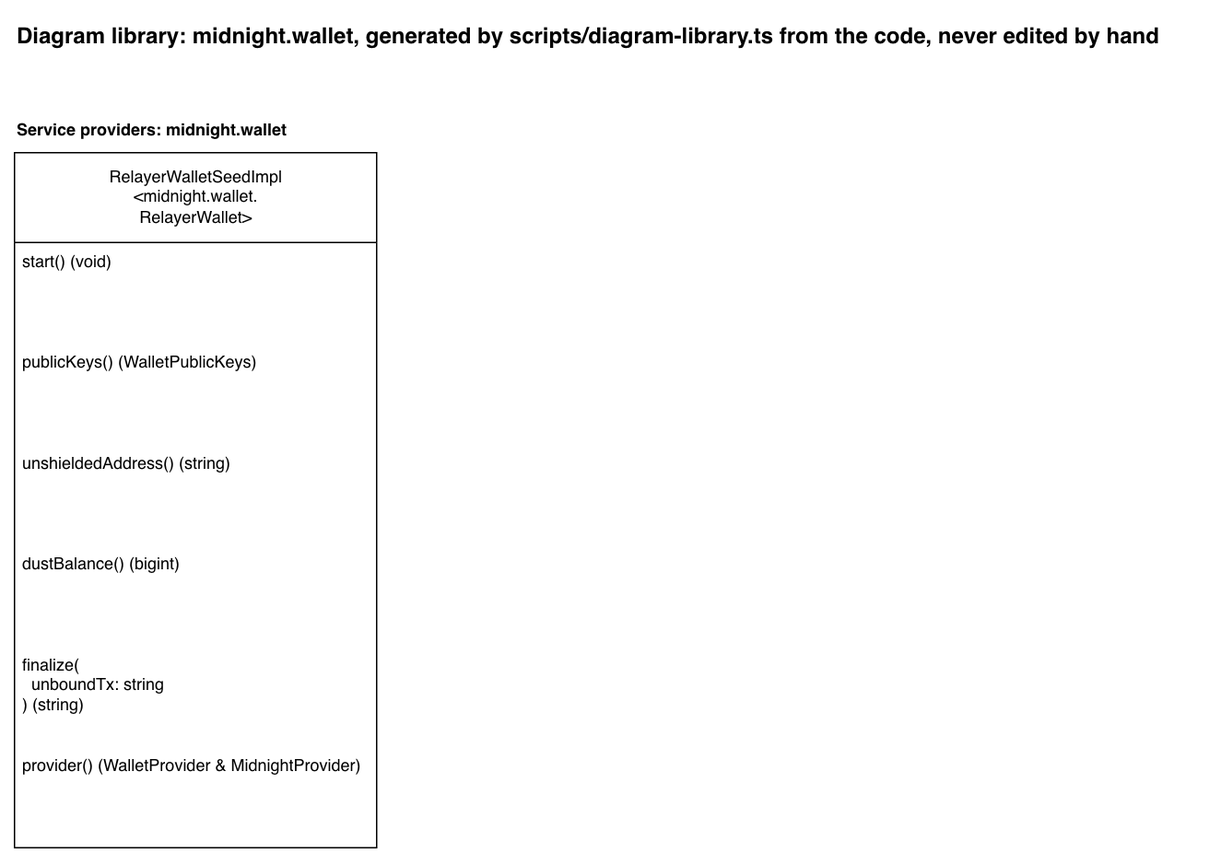
The draw.io diagram docs/diagram-library/midnight/wallet/diagram-library.drawio.png in sig-net/full-stack-demo, before a commit. Source tidied: cells renumbered, new cells last; positions are measured from the earlier drawing's top-left corner, leaving out a move shared by most shapes. Source of this version:
```xml
<mxGraphModel>
  <root>
    <mxCell id="0" />
    <mxCell id="1" parent="0" />
    <mxCell id="2" value="Diagram library: midnight.wallet, generated by scripts/diagram-library.ts from the code, never edited by hand" style="text;html=1;fontStyle=1;fontSize=16;" parent="1" vertex="1">
      <mxGeometry width="862" height="30" as="geometry" />
    </mxCell>
    <mxCell id="3" value="Service providers: midnight.wallet" style="text;html=1;fontStyle=1;" parent="1" vertex="1">
      <mxGeometry y="70" width="217" height="20" as="geometry" />
    </mxCell>
    <mxCell id="4" value="RelayerWalletSeedImpl&lt;br&gt;&amp;lt;midnight.wallet.&lt;br&gt;RelayerWallet&amp;gt;" style="swimlane;fontStyle=0;horizontal=1;startSize=65;fillColor=default;html=1;fillStyle=solid;" parent="1" vertex="1">
      <mxGeometry y="100" width="262" height="503" as="geometry" />
    </mxCell>
    <mxCell id="5" value="start() (void)" style="text;strokeColor=none;fillColor=none;align=left;verticalAlign=top;spacingLeft=4;spacingRight=4;overflow=hidden;whiteSpace=wrap;html=1;" parent="4" vertex="1">
      <mxGeometry y="65" width="262" height="73" as="geometry" />
    </mxCell>
    <mxCell id="6" value="publicKeys() (WalletPublicKeys)" style="text;strokeColor=none;fillColor=none;align=left;verticalAlign=top;spacingLeft=4;spacingRight=4;overflow=hidden;whiteSpace=wrap;html=1;" parent="4" vertex="1">
      <mxGeometry y="138" width="262" height="73" as="geometry" />
    </mxCell>
    <mxCell id="7" value="unshieldedAddress() (string)" style="text;strokeColor=none;fillColor=none;align=left;verticalAlign=top;spacingLeft=4;spacingRight=4;overflow=hidden;whiteSpace=wrap;html=1;" parent="4" vertex="1">
      <mxGeometry y="211" width="262" height="73" as="geometry" />
    </mxCell>
    <mxCell id="8" value="dustBalance() (bigint)" style="text;strokeColor=none;fillColor=none;align=left;verticalAlign=top;spacingLeft=4;spacingRight=4;overflow=hidden;whiteSpace=wrap;html=1;" parent="4" vertex="1">
      <mxGeometry y="284" width="262" height="73" as="geometry" />
    </mxCell>
    <mxCell id="9" value="finalize(&lt;br&gt;&amp;nbsp; unboundTx: string&lt;br&gt;) (string)" style="text;strokeColor=none;fillColor=none;align=left;verticalAlign=top;spacingLeft=4;spacingRight=4;overflow=hidden;whiteSpace=wrap;html=1;" parent="4" vertex="1">
      <mxGeometry y="357" width="262" height="73" as="geometry" />
    </mxCell>
    <mxCell id="10" value="provider() (WalletProvider &amp;amp; MidnightProvider)" style="text;strokeColor=none;fillColor=none;align=left;verticalAlign=top;spacingLeft=4;spacingRight=4;overflow=hidden;whiteSpace=wrap;html=1;" parent="4" vertex="1">
      <mxGeometry y="430" width="262" height="73" as="geometry" />
    </mxCell>
  </root>
</mxGraphModel>
```
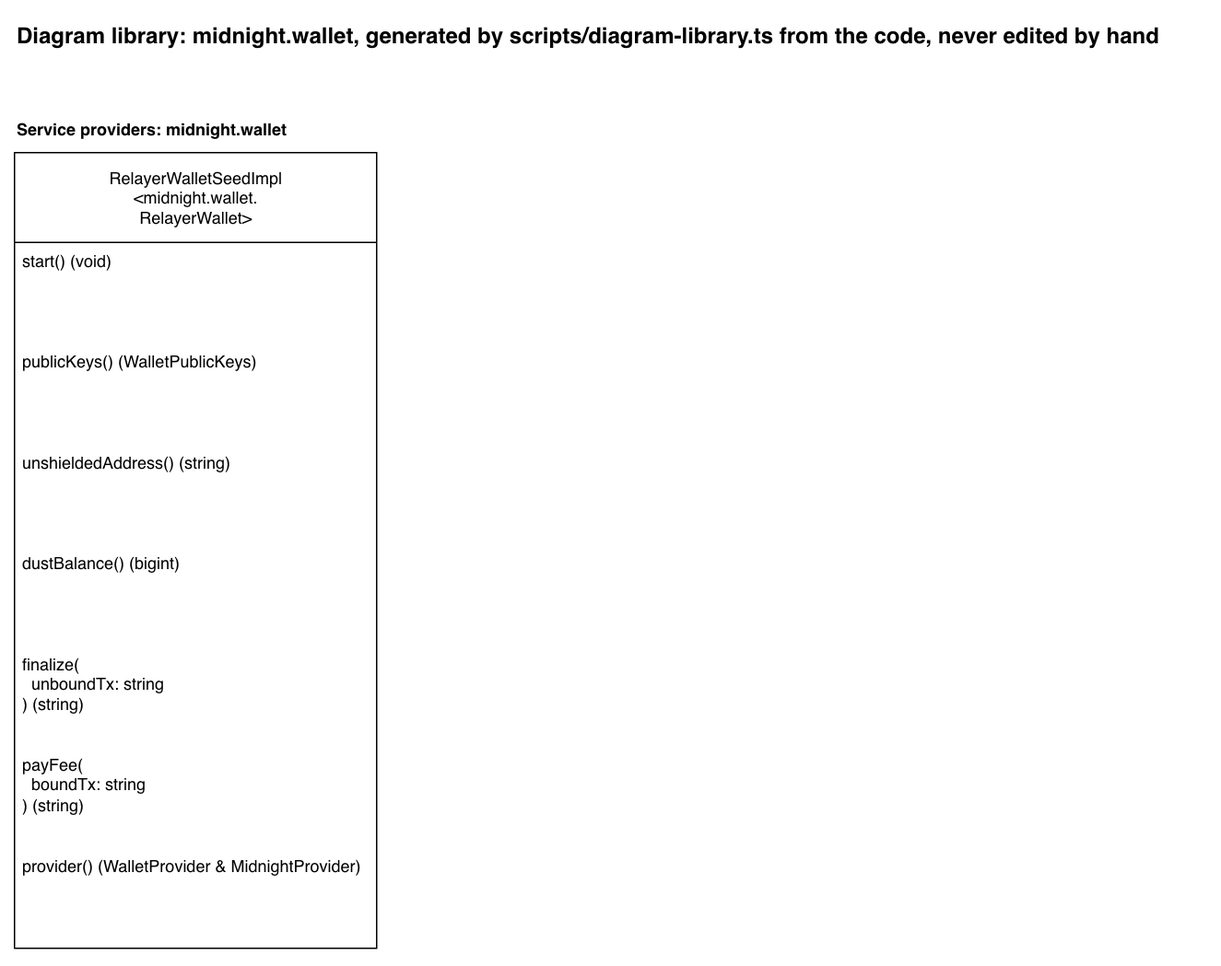
Later version of the same file.

Diff of the diagram source:
```diff
@@ -9,7 +9,7 @@
       <mxGeometry y="70" width="217" height="20" as="geometry" />
     </mxCell>
     <mxCell id="4" value="RelayerWalletSeedImpl&lt;br&gt;&amp;lt;midnight.wallet.&lt;br&gt;RelayerWallet&amp;gt;" style="swimlane;fontStyle=0;horizontal=1;startSize=65;fillColor=default;html=1;fillStyle=solid;" parent="1" vertex="1">
-      <mxGeometry y="100" width="262" height="503" as="geometry" />
+      <mxGeometry y="100" width="262" height="576" as="geometry" />
     </mxCell>
     <mxCell id="5" value="start() (void)" style="text;strokeColor=none;fillColor=none;align=left;verticalAlign=top;spacingLeft=4;spacingRight=4;overflow=hidden;whiteSpace=wrap;html=1;" parent="4" vertex="1">
       <mxGeometry y="65" width="262" height="73" as="geometry" />
@@ -26,8 +26,11 @@
     <mxCell id="9" value="finalize(&lt;br&gt;&amp;nbsp; unboundTx: string&lt;br&gt;) (string)" style="text;strokeColor=none;fillColor=none;align=left;verticalAlign=top;spacingLeft=4;spacingRight=4;overflow=hidden;whiteSpace=wrap;html=1;" parent="4" vertex="1">
       <mxGeometry y="357" width="262" height="73" as="geometry" />
     </mxCell>
+    <mxCell id="11" value="payFee(&lt;br&gt;&amp;nbsp; boundTx: string&lt;br&gt;) (string)" style="text;strokeColor=none;fillColor=none;align=left;verticalAlign=top;spacingLeft=4;spacingRight=4;overflow=hidden;whiteSpace=wrap;html=1;" parent="4" vertex="1">
+      <mxGeometry y="430" width="262" height="73" as="geometry" />
+    </mxCell>
     <mxCell id="10" value="provider() (WalletProvider &amp;amp; MidnightProvider)" style="text;strokeColor=none;fillColor=none;align=left;verticalAlign=top;spacingLeft=4;spacingRight=4;overflow=hidden;whiteSpace=wrap;html=1;" parent="4" vertex="1">
-      <mxGeometry y="430" width="262" height="73" as="geometry" />
+      <mxGeometry y="503" width="262" height="73" as="geometry" />
     </mxCell>
   </root>
 </mxGraphModel>
```
